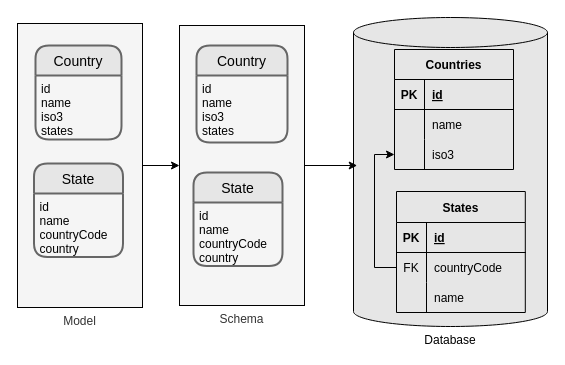
The draw.io diagram design/schema.drawio in lambda-orm/lambdaorm, before the edit. Source tidied: cells renumbered, new cells numbered last; positions are measured from the earlier drawing's top-left corner, leaving out a move shared by most shapes. Both pictures are drawn from the tidied source at 100%, with x=0, y=0 at pixel (17, 17).
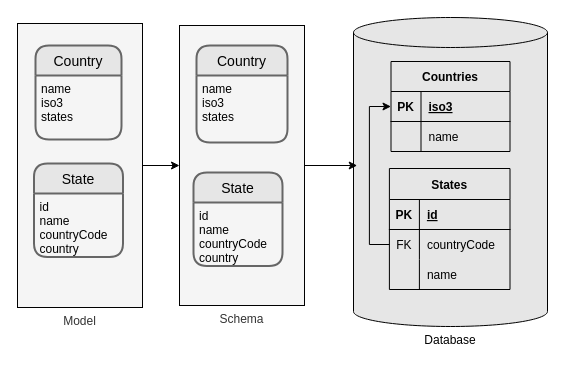
Above is the later version.

The change refers to these unchanged cells:
```xml
<mxCell id="5" value="Country" style="swimlane;horizontal=1;startSize=30;rounded=1;fontSize=14;fontStyle=0;strokeWidth=2;shadow=0;dashed=0;align=center;fontColor=#000000;fillColor=#E6E6E6;strokeColor=#666666;" parent="1" vertex="1">
  <mxGeometry x="18" y="28" width="86" height="94" as="geometry" />
</mxCell>
<mxCell id="10" style="shape=partialRectangle;fillColor=none;top=0;left=0;bottom=1;right=0;points=[[0,0.5],[1,0.5]];portConstraint=eastwest;" parent="9" vertex="1">
  <mxGeometry y="30" width="119" height="30" as="geometry" />
</mxCell>
<mxCell id="32" value="Country" style="swimlane;horizontal=1;startSize=30;rounded=1;fontSize=14;fontStyle=0;strokeWidth=2;shadow=0;dashed=0;align=center;fontColor=#000000;fillColor=#E6E6E6;strokeColor=#666666;" parent="1" vertex="1">
  <mxGeometry x="179" y="28" width="91" height="97" as="geometry" />
</mxCell>
```

The edit, as a diff of the source:
```diff
@@
-    <mxCell id="6" value="id&#10;name&#10;iso3&#10;states" style="align=left;strokeColor=none;fillColor=none;spacingLeft=4;fontSize=12;verticalAlign=top;fontColor=#000000;" parent="5" vertex="1">
+    <mxCell id="6" value="name&#10;iso3&#10;states" style="align=left;strokeColor=none;fillColor=none;spacingLeft=4;fontSize=12;verticalAlign=top;fontColor=#000000;" parent="5" vertex="1">
       <mxGeometry y="30" width="86" height="64" as="geometry" />
     </mxCell>
@@
     <mxCell id="9" value="Countries" style="shape=table;startSize=30;childLayout=tableLayout;rowLines=0;fontStyle=1;align=center;fontColor=#000000;strokeColor=#000000;fillColor=#E6E6E6;" parent="1" vertex="1">
-      <mxGeometry x="377" y="32" width="119" height="120" as="geometry" />
+      <mxGeometry x="373.5" y="44" width="119" height="90" as="geometry" />
     </mxCell>
@@
-    <mxCell id="12" value="id" style="shape=partialRectangle;fillColor=none;top=0;left=0;bottom=0;right=0;align=left;spacingLeft=6;fontStyle=5;overflow=hidden;fontColor=#000000;" parent="10" vertex="1">
+    <mxCell id="12" value="iso3" style="shape=partialRectangle;fillColor=none;top=0;left=0;bottom=0;right=0;align=left;spacingLeft=6;fontStyle=5;overflow=hidden;fontColor=#000000;" parent="10" vertex="1">
       <mxGeometry x="30" width="89" height="30" as="geometry" />
     </mxCell>
@@
-    <mxCell id="16" style="shape=partialRectangle;fillColor=none;top=0;left=0;bottom=0;right=0;points=[[0,0.5],[1,0.5]];portConstraint=eastwest;" parent="9" vertex="1">
-      <mxGeometry y="90" width="119" height="30" as="geometry" />
-    </mxCell>
-    <mxCell id="17" style="shape=partialRectangle;fillColor=none;top=0;left=0;bottom=0;right=0;overflow=hidden;" parent="16" vertex="1">
-      <mxGeometry width="30" height="30" as="geometry" />
-    </mxCell>
-    <mxCell id="18" value="iso3" style="shape=partialRectangle;fillColor=none;top=0;left=0;bottom=0;right=0;align=left;spacingLeft=6;overflow=hidden;fontColor=#000000;" parent="16" vertex="1">
-      <mxGeometry x="30" width="89" height="30" as="geometry" />
-    </mxCell>
-    <mxCell id="19" style="edgeStyle=orthogonalEdgeStyle;rounded=0;jettySize=auto;html=1;exitX=0;exitY=0.5;exitDx=0;exitDy=0;entryX=0;entryY=0.5;entryDx=0;entryDy=0;fontColor=#000000;strokeColor=#000000;" parent="1" edge="1" source="24" target="16">
+    <mxCell id="19" style="edgeStyle=orthogonalEdgeStyle;rounded=0;jettySize=auto;html=1;exitX=0;exitY=0.5;exitDx=0;exitDy=0;entryX=0;entryY=0.5;entryDx=0;entryDy=0;fontColor=#000000;strokeColor=#000000;" parent="1" edge="1" source="24" target="10">
       <mxGeometry relative="1" as="geometry" />
     </mxCell>
     <mxCell id="20" value="States" style="shape=table;startSize=31;childLayout=tableLayout;rowLines=0;fontStyle=1;align=center;fontColor=#000000;strokeColor=#000000;fillColor=#E6E6E6;" parent="1" vertex="1">
-      <mxGeometry x="379" y="174" width="128.8" height="121" as="geometry" />
+      <mxGeometry x="371.9" y="151" width="120.6" height="121" as="geometry" />
     </mxCell>
     <mxCell id="21" style="shape=partialRectangle;fillColor=none;top=0;left=0;bottom=1;right=0;" parent="20" vertex="1">
-      <mxGeometry y="31" width="128.8" height="30" as="geometry" />
+      <mxGeometry y="31" width="120.6" height="30" as="geometry" />
     </mxCell>
@@
     <mxCell id="23" value="id" style="shape=partialRectangle;fillColor=none;top=0;left=0;bottom=0;right=0;align=left;spacingLeft=6;fontStyle=5;overflow=hidden;fontColor=#000000;" parent="21" vertex="1">
-      <mxGeometry x="30" width="98.8" height="30" as="geometry" />
+      <mxGeometry x="30" width="90.6" height="30" as="geometry" />
     </mxCell>
     <mxCell id="24" style="shape=partialRectangle;fillColor=none;top=0;left=0;bottom=0;right=0;points=[[0,0.5],[1,0.5]];portConstraint=eastwest;fontColor=#000000;" parent="20" vertex="1">
-      <mxGeometry y="61" width="128.8" height="30" as="geometry" />
+      <mxGeometry y="61" width="120.6" height="30" as="geometry" />
     </mxCell>
@@
     <mxCell id="26" value="countryCode" style="shape=partialRectangle;fillColor=none;top=0;left=0;bottom=0;right=0;align=left;spacingLeft=6;overflow=hidden;fontColor=#000000;" parent="24" vertex="1">
-      <mxGeometry x="30" width="98.8" height="30" as="geometry" />
+      <mxGeometry x="30" width="90.6" height="30" as="geometry" />
     </mxCell>
     <mxCell id="27" style="shape=partialRectangle;fillColor=none;top=0;left=0;bottom=0;right=0;" parent="20" vertex="1">
-      <mxGeometry y="91" width="128.8" height="30" as="geometry" />
+      <mxGeometry y="91" width="120.6" height="30" as="geometry" />
     </mxCell>
@@
     <mxCell id="29" value="name" style="shape=partialRectangle;fillColor=none;top=0;left=0;bottom=0;right=0;align=left;spacingLeft=6;overflow=hidden;fontColor=#000000;" parent="27" vertex="1">
-      <mxGeometry x="30" width="98.8" height="30" as="geometry" />
+      <mxGeometry x="30" width="90.6" height="30" as="geometry" />
     </mxCell>
@@
-    <mxCell id="33" value="id&#10;name&#10;iso3&#10;states" style="align=left;strokeColor=none;fillColor=none;spacingLeft=4;fontSize=12;verticalAlign=top;fontColor=#000000;" parent="32" vertex="1">
+    <mxCell id="33" value="name&#10;iso3&#10;states" style="align=left;strokeColor=none;fillColor=none;spacingLeft=4;fontSize=12;verticalAlign=top;fontColor=#000000;" parent="32" vertex="1">
       <mxGeometry y="30" width="91" height="67" as="geometry" />
     </mxCell>
```
